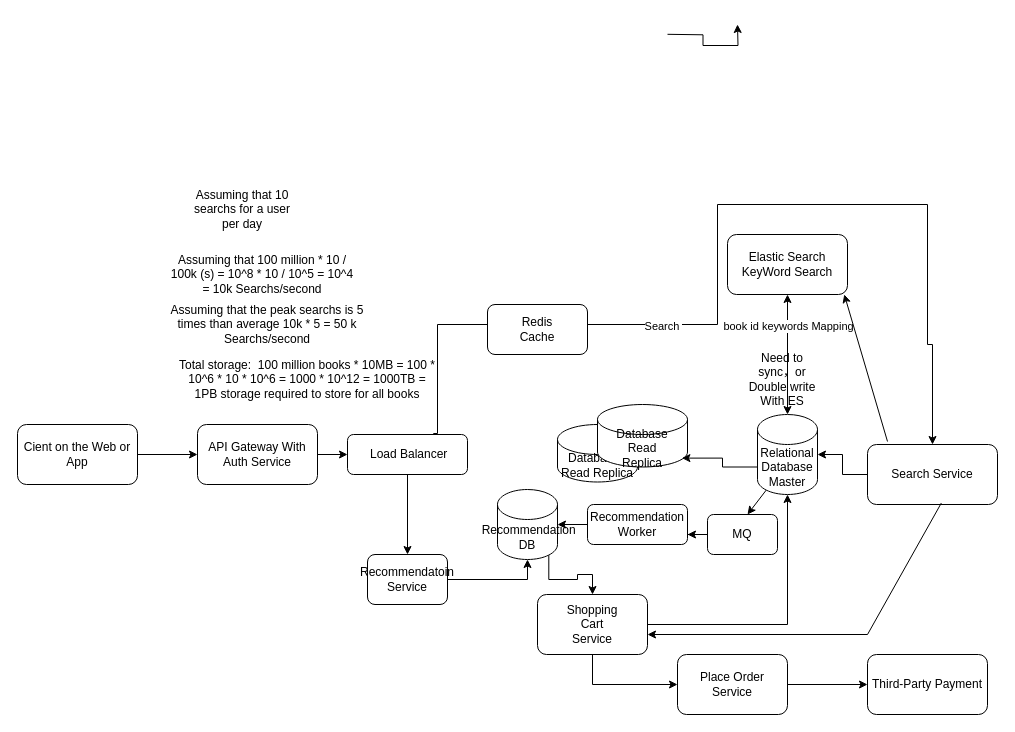
Above: 未命名绘图3.drawio in bincute/iAmReadingBook (draw.io), before the change. Source tidied: cells renumbered, new cells numbered last; positions are measured from the earlier drawing's top-left corner, leaving out a move shared by most shapes. Both pictures are drawn from the tidied source at 100%, with x=0, y=0 at pixel (17, 24).
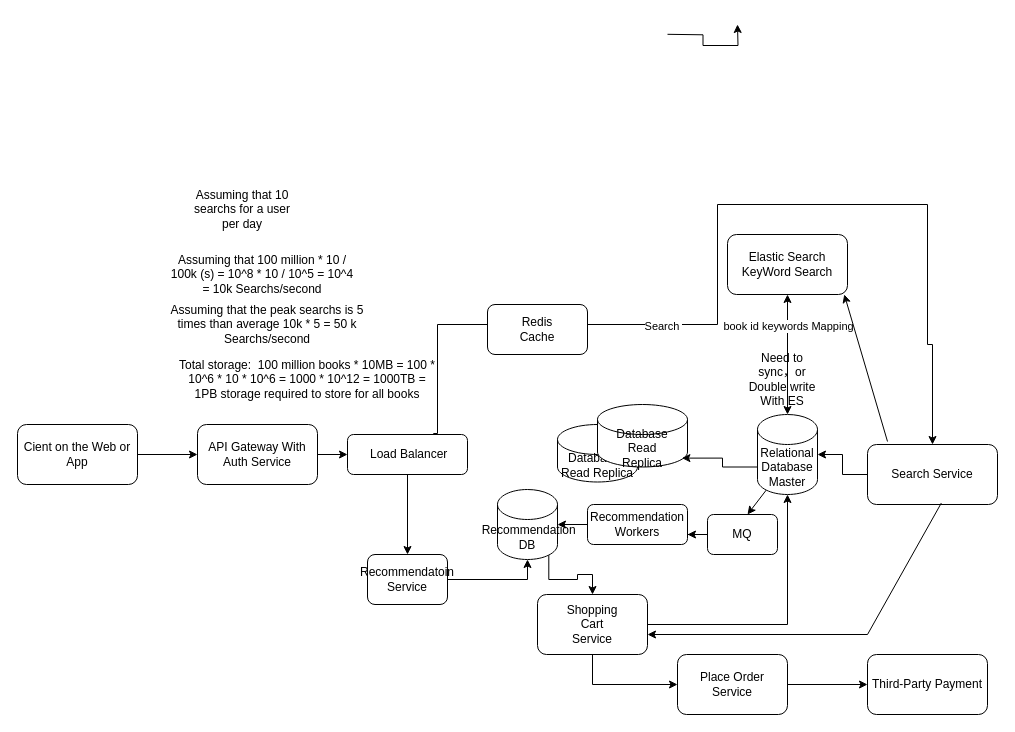
The same diagram, later.

The edit, as a diff of the source:
```diff
@@
-    <mxCell id="31" value="Recommendation&lt;div&gt;Worker&lt;/div&gt;" style="rounded=1;whiteSpace=wrap;html=1;" parent="1" vertex="1">
+    <mxCell id="31" value="Recommendation&lt;div&gt;Workers&lt;/div&gt;" style="rounded=1;whiteSpace=wrap;html=1;" parent="1" vertex="1">
       <mxGeometry x="570" y="480" width="100" height="40" as="geometry" />
     </mxCell>
```
